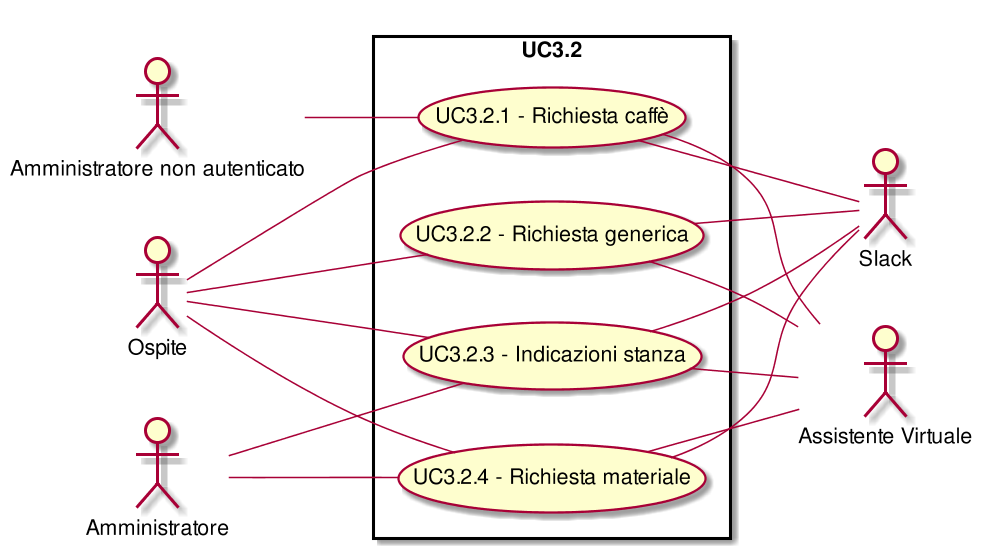
Before: RR/Esterni/AnalisiDeiRequisiti/images/UseCaseUC32.png, a diagram exported from PlantUML (CoCodeSWE/Docs).
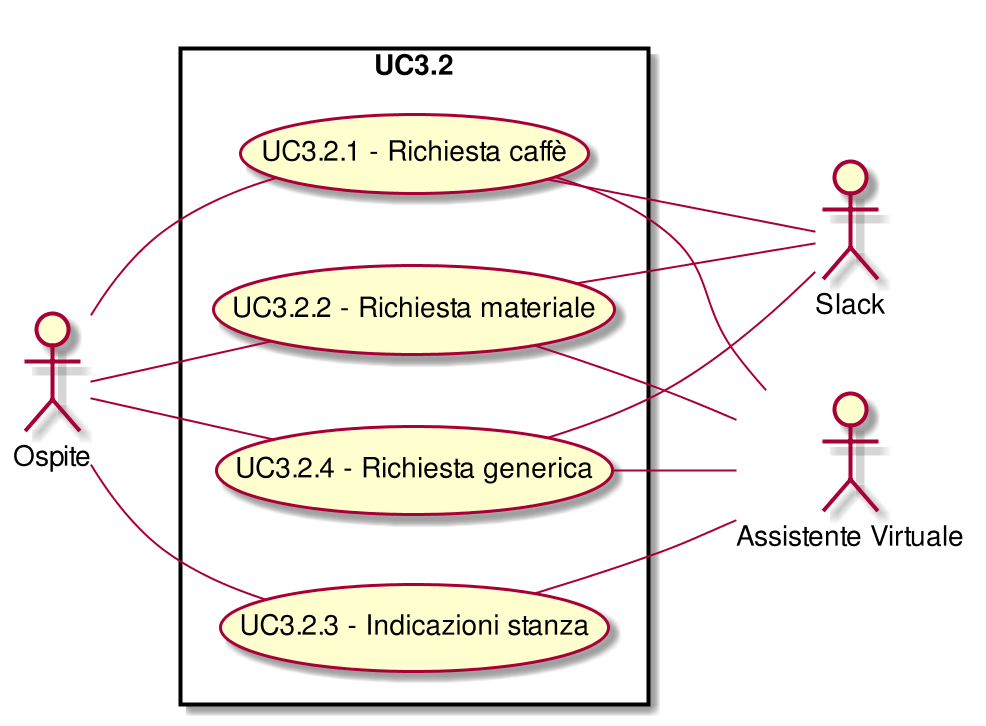
Later version of the same file.

Change to the diagram source:
```diff
@@ -5,8 +5,6 @@
 :Ospite:
 :Slack:
 :Assistente Virtuale:
-:Amministratore non autenticato:
-:Amministratore:
 rectangle UC3.2{
 ( UC3.2.1 - Richiesta caffè ) as (UC3.2.1)
 :Ospite:--(UC3.2.1)
@@ -14,29 +12,21 @@
 (UC3.2.1)--:Slack:
 ( UC3.2.1 - Richiesta caffè ) as (UC3.2.1)
 (UC3.2.1)--:Assistente Virtuale:
-( UC3.2.1 - Richiesta caffè ) as (UC3.2.1)
-:Amministratore non autenticato:--(UC3.2.1)
-( UC3.2.2 - Richiesta generica ) as (UC3.2.2)
+( UC3.2.2 - Richiesta materiale ) as (UC3.2.2)
 :Ospite:--(UC3.2.2)
-( UC3.2.2 - Richiesta generica ) as (UC3.2.2)
+( UC3.2.2 - Richiesta materiale ) as (UC3.2.2)
 (UC3.2.2)--:Slack:
-( UC3.2.2 - Richiesta generica ) as (UC3.2.2)
+( UC3.2.2 - Richiesta materiale ) as (UC3.2.2)
 (UC3.2.2)--:Assistente Virtuale:
 ( UC3.2.3 - Indicazioni stanza ) as (UC3.2.3)
 :Ospite:--(UC3.2.3)
 ( UC3.2.3 - Indicazioni stanza ) as (UC3.2.3)
-(UC3.2.3)--:Slack:
-( UC3.2.3 - Indicazioni stanza ) as (UC3.2.3)
-:Amministratore:--(UC3.2.3)
-( UC3.2.3 - Indicazioni stanza ) as (UC3.2.3)
 (UC3.2.3)--:Assistente Virtuale:
-( UC3.2.4 - Richiesta materiale ) as (UC3.2.4)
+( UC3.2.4 - Richiesta generica ) as (UC3.2.4)
 :Ospite:--(UC3.2.4)
-( UC3.2.4 - Richiesta materiale ) as (UC3.2.4)
+( UC3.2.4 - Richiesta generica ) as (UC3.2.4)
 (UC3.2.4)--:Slack:
-( UC3.2.4 - Richiesta materiale ) as (UC3.2.4)
-:Amministratore:--(UC3.2.4)
-( UC3.2.4 - Richiesta materiale ) as (UC3.2.4)
+( UC3.2.4 - Richiesta generica ) as (UC3.2.4)
 (UC3.2.4)--:Assistente Virtuale:
 }
 @enduml
```
